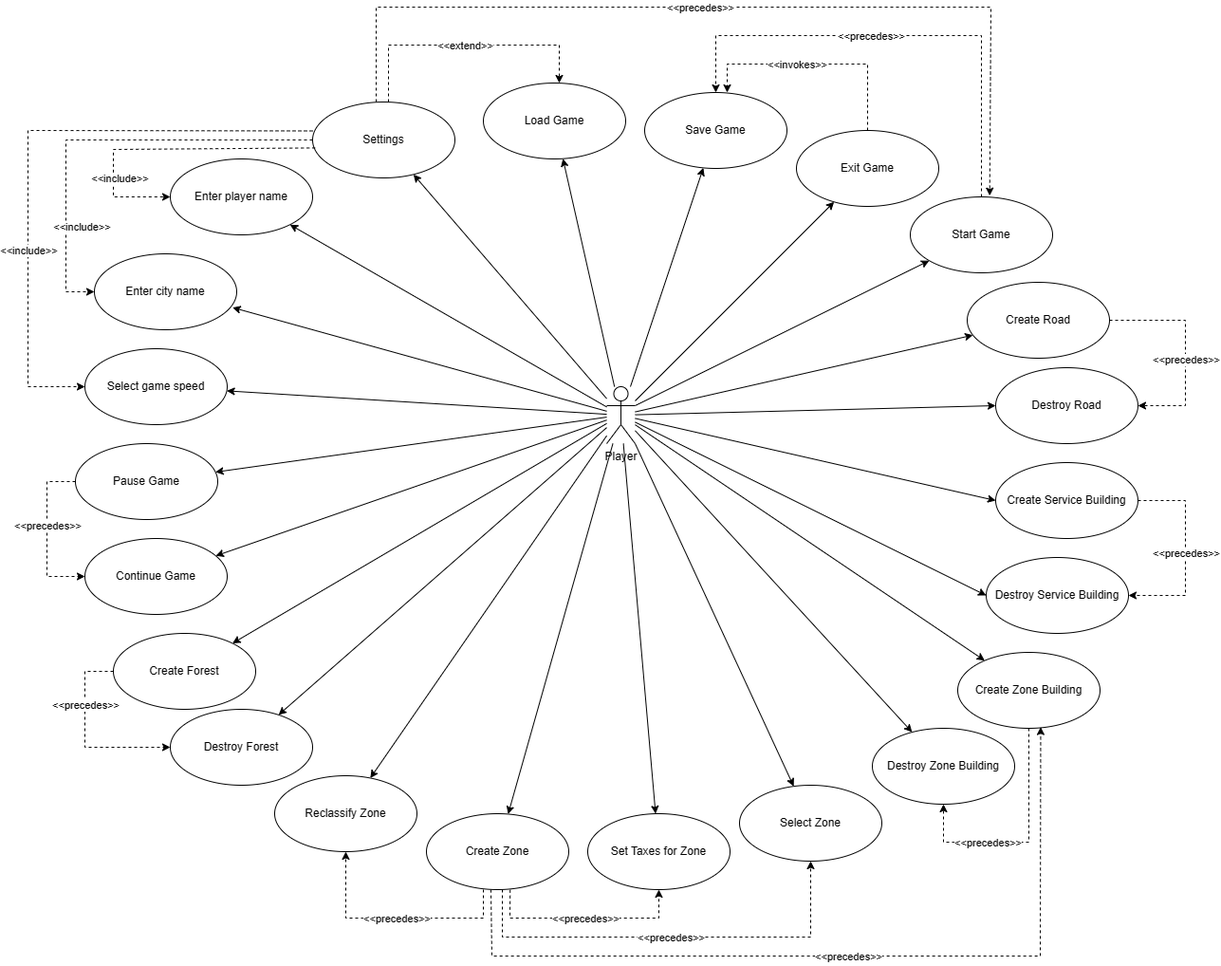
Earlier version of the draw.io export software_design/use_case_diagram/use_case_diagram.png (OtabekRintaro/CityBuilder). Source tidied: cells renumbered, new cells last; positions are measured from the earlier drawing's top-left corner, leaving out a move shared by most shapes.
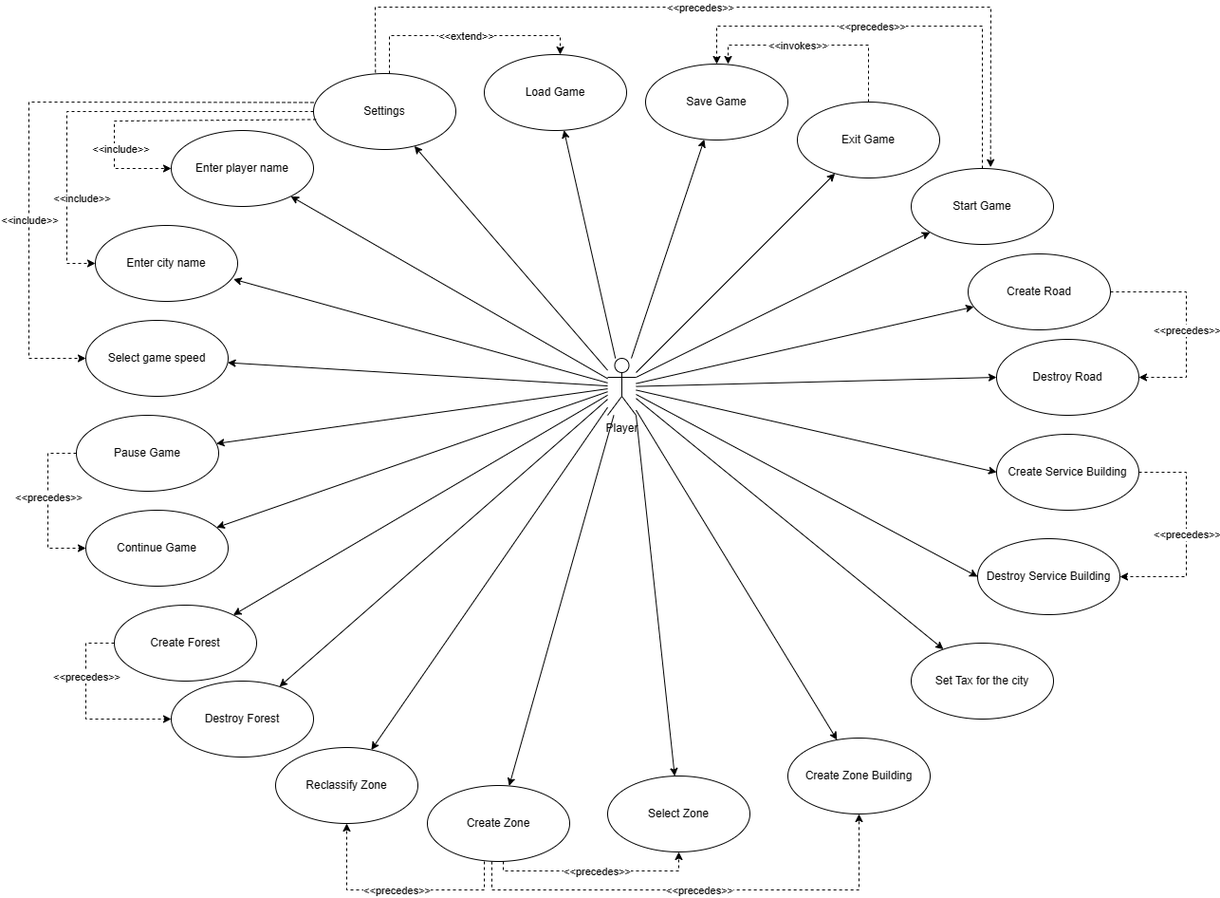
The same diagram one commit later.

Commit message:
Fixing use case diagram

Diff of the diagram source:
```diff
@@ -2,12 +2,11 @@
   <root>
     <mxCell id="0" />
     <mxCell id="1" parent="0" />
-    <mxCell id="2" style="endArrow=classic;html=1;rounded=0;dashed=1;exitX=0.558;exitY=-0.016;exitDx=0;exitDy=0;exitPerimeter=0;entryX=0.558;entryY=-0.016;entryDx=0;entryDy=0;entryPerimeter=0;" parent="1" edge="1" target="5">
+    <mxCell id="2" style="endArrow=classic;html=1;rounded=0;dashed=1;exitX=0.435;exitY=-0.013;exitDx=0;exitDy=0;exitPerimeter=0;entryX=0.558;entryY=-0.016;entryDx=0;entryDy=0;entryPerimeter=0;" parent="1" edge="1" source="6" target="5">
       <mxGeometry relative="1" as="geometry">
-        <mxPoint x="367" y="100" as="sourcePoint" />
         <Array as="points">
-          <mxPoint x="367" />
-          <mxPoint x="1015" />
+          <mxPoint x="365" y="30" />
+          <mxPoint x="1014" y="30" />
         </Array>
       </mxGeometry>
     </mxCell>
@@ -110,8 +109,8 @@
     <mxCell id="29" style="endArrow=classic;html=1;rounded=0;dashed=1;entryX=0.5;entryY=0;entryDx=0;entryDy=0;exitX=0.5;exitY=0;exitDx=0;exitDy=0;" parent="1" edge="1" source="5" target="14">
       <mxGeometry relative="1" as="geometry">
         <Array as="points">
-          <mxPoint x="1005" y="30" />
-          <mxPoint x="725" y="30" />
+          <mxPoint x="1005" y="50" />
+          <mxPoint x="725" y="50" />
         </Array>
       </mxGeometry>
     </mxCell>
@@ -120,11 +119,8 @@
         <mxPoint x="-32" as="offset" />
       </mxGeometry>
     </mxCell>
-    <mxCell id="31" value="Destroy Zone Building" style="ellipse;whiteSpace=wrap;html=1;" parent="1" vertex="1">
-      <mxGeometry x="890" y="760" width="150" height="80" as="geometry" />
-    </mxCell>
     <mxCell id="32" value="Create Zone Building" style="ellipse;whiteSpace=wrap;html=1;" parent="1" vertex="1">
-      <mxGeometry x="980" y="680" width="150" height="80" as="geometry" />
+      <mxGeometry x="800" y="800" width="150" height="80" as="geometry" />
     </mxCell>
     <mxCell id="33" value="Reclassify Zone" style="ellipse;whiteSpace=wrap;html=1;" parent="1" vertex="1">
       <mxGeometry x="260" y="810" width="150" height="80" as="geometry" />
@@ -141,9 +137,6 @@
     <mxCell id="37" style="endArrow=classic;html=1;rounded=0;" parent="1" edge="1" source="4" target="32">
       <mxGeometry relative="1" as="geometry" />
     </mxCell>
-    <mxCell id="38" style="endArrow=classic;html=1;rounded=0;" parent="1" edge="1" source="4" target="31">
-      <mxGeometry relative="1" as="geometry" />
-    </mxCell>
     <mxCell id="39" style="endArrow=classic;html=1;rounded=0;" parent="1" edge="1" source="4" target="34">
       <mxGeometry relative="1" as="geometry" />
     </mxCell>
@@ -153,19 +146,6 @@
     <mxCell id="41" style="edgeStyle=orthogonalEdgeStyle;rounded=0;orthogonalLoop=1;jettySize=auto;html=1;exitX=0.5;exitY=1;exitDx=0;exitDy=0;" parent="1" edge="1" source="32" target="32">
       <mxGeometry relative="1" as="geometry" />
     </mxCell>
-    <mxCell id="42" style="endArrow=classic;html=1;dashed=1;rounded=0;exitX=0.5;exitY=1;exitDx=0;exitDy=0;entryX=0.5;entryY=1;entryDx=0;entryDy=0;" parent="1" edge="1" source="32" target="31">
-      <mxGeometry relative="1" as="geometry">
-        <Array as="points">
-          <mxPoint x="1055" y="880" />
-          <mxPoint x="965" y="880" />
-        </Array>
-      </mxGeometry>
-    </mxCell>
-    <mxCell id="43" value="&amp;lt;&amp;lt;precedes&amp;gt;&amp;gt;" style="edgeLabel;html=1;align=center;verticalAlign=middle;" parent="42" vertex="1">
-      <mxGeometry relative="1" as="geometry">
-        <mxPoint x="-40" as="offset" />
-      </mxGeometry>
-    </mxCell>
     <mxCell id="44" style="endArrow=classic;html=1;rounded=0;dashed=1;entryX=0.5;entryY=1;entryDx=0;entryDy=0;" parent="1" edge="1" target="33">
       <mxGeometry relative="1" as="geometry">
         <mxPoint x="480" y="930" as="sourcePoint" />
@@ -191,23 +171,12 @@
         <mxPoint y="-35" as="offset" />
       </mxGeometry>
     </mxCell>
-    <mxCell id="48" value="Set Taxes for Zone" style="ellipse;whiteSpace=wrap;html=1;" parent="1" vertex="1">
-      <mxGeometry x="590" y="850" width="150" height="80" as="geometry" />
+    <mxCell id="48" value="Set Tax for the city" style="ellipse;whiteSpace=wrap;html=1;" parent="1" vertex="1">
+      <mxGeometry x="930" y="700" width="150" height="80" as="geometry" />
     </mxCell>
     <mxCell id="49" style="endArrow=classic;html=1;rounded=0;" parent="1" edge="1" source="4" target="48">
       <mxGeometry relative="1" as="geometry" />
     </mxCell>
-    <mxCell id="50" style="endArrow=classic;html=1;rounded=0;dashed=1;entryX=0.5;entryY=1;entryDx=0;entryDy=0;exitX=0.588;exitY=1.003;exitDx=0;exitDy=0;exitPerimeter=0;" parent="1" edge="1" source="34" target="48">
-      <mxGeometry relative="1" as="geometry">
-        <Array as="points">
-          <mxPoint x="508" y="960" />
-          <mxPoint x="665" y="960" />
-        </Array>
-      </mxGeometry>
-    </mxCell>
-    <mxCell id="51" value="&amp;lt;&amp;lt;precedes&amp;gt;&amp;gt;" style="edgeLabel;html=1;align=center;verticalAlign=middle;" parent="50" vertex="1">
-      <mxGeometry relative="1" as="geometry" />
-    </mxCell>
     <mxCell id="52" style="endArrow=classic;html=1;rounded=0;entryX=0.971;entryY=0.708;entryDx=0;entryDy=0;entryPerimeter=0;" parent="1" edge="1" source="4" target="15">
       <mxGeometry relative="1" as="geometry" />
     </mxCell>
@@ -234,7 +203,7 @@
       </mxGeometry>
     </mxCell>
     <mxCell id="58" value="Select Zone" style="ellipse;whiteSpace=wrap;html=1;" parent="1" vertex="1">
-      <mxGeometry x="750" y="820" width="150" height="80" as="geometry" />
+      <mxGeometry x="610" y="840" width="150" height="80" as="geometry" />
     </mxCell>
     <mxCell id="59" style="endArrow=classic;html=1;rounded=0;exitX=1;exitY=1;exitDx=0;exitDy=0;exitPerimeter=0;" parent="1" edge="1" source="4" target="58">
       <mxGeometry relative="1" as="geometry" />
@@ -243,19 +212,19 @@
       <mxGeometry relative="1" as="geometry">
         <mxPoint x="500" y="930" as="sourcePoint" />
         <Array as="points">
-          <mxPoint x="500" y="980" />
-          <mxPoint x="825" y="980" />
+          <mxPoint x="500" y="940" />
+          <mxPoint x="685" y="940" />
         </Array>
       </mxGeometry>
     </mxCell>
     <mxCell id="61" value="&amp;lt;&amp;lt;precedes&amp;gt;&amp;gt;" style="edgeLabel;html=1;align=center;verticalAlign=middle;" parent="60" vertex="1">
       <mxGeometry relative="1" as="geometry" />
     </mxCell>
-    <mxCell id="62" style="endArrow=classic;html=1;rounded=0;dashed=1;exitX=0.453;exitY=1.002;exitDx=0;exitDy=0;exitPerimeter=0;entryX=0.583;entryY=0.983;entryDx=0;entryDy=0;entryPerimeter=0;" parent="1" edge="1" source="34" target="32">
+    <mxCell id="62" style="endArrow=classic;html=1;rounded=0;dashed=1;exitX=0.453;exitY=1.002;exitDx=0;exitDy=0;exitPerimeter=0;entryX=0.5;entryY=1;entryDx=0;entryDy=0;" parent="1" edge="1" source="34" target="32">
       <mxGeometry relative="1" as="geometry">
         <Array as="points">
-          <mxPoint x="489" y="1000" />
-          <mxPoint x="1067" y="1000" />
+          <mxPoint x="488" y="960" />
+          <mxPoint x="875" y="960" />
         </Array>
       </mxGeometry>
     </mxCell>
@@ -269,7 +238,7 @@
       <mxGeometry relative="1" as="geometry" />
     </mxCell>
     <mxCell id="66" value="Destroy Service Building" style="ellipse;whiteSpace=wrap;html=1;" parent="1" vertex="1">
-      <mxGeometry x="1010" y="580" width="150" height="80" as="geometry" />
+      <mxGeometry x="1000" y="590" width="150" height="80" as="geometry" />
     </mxCell>
     <mxCell id="67" style="endArrow=classic;html=1;rounded=0;entryX=0;entryY=0.5;entryDx=0;entryDy=0;" parent="1" edge="1" source="4" target="66">
       <mxGeometry relative="1" as="geometry" />
@@ -278,7 +247,7 @@
       <mxGeometry relative="1" as="geometry">
         <Array as="points">
           <mxPoint x="1220" y="520" />
-          <mxPoint x="1220" y="620" />
+          <mxPoint x="1220" y="630" />
         </Array>
       </mxGeometry>
     </mxCell>
@@ -288,8 +257,8 @@
     <mxCell id="70" style="endArrow=classic;html=1;rounded=0;dashed=1;exitX=0.5;exitY=0;exitDx=0;exitDy=0;entryX=0.578;entryY=-0.005;entryDx=0;entryDy=0;entryPerimeter=0;" parent="1" edge="1" source="7" target="14">
       <mxGeometry relative="1" as="geometry">
         <Array as="points">
-          <mxPoint x="885" y="60" />
-          <mxPoint x="737" y="60" />
+          <mxPoint x="885" y="70" />
+          <mxPoint x="737" y="70" />
           <mxPoint x="737" y="90" />
         </Array>
       </mxGeometry>
@@ -337,8 +306,8 @@
         <mxPoint x="380" y="100" as="sourcePoint" />
         <mxPoint x="560" y="80" as="targetPoint" />
         <Array as="points">
-          <mxPoint x="380" y="40" />
-          <mxPoint x="560" y="40" />
+          <mxPoint x="380" y="60" />
+          <mxPoint x="560" y="60" />
         </Array>
       </mxGeometry>
     </mxCell>
```
